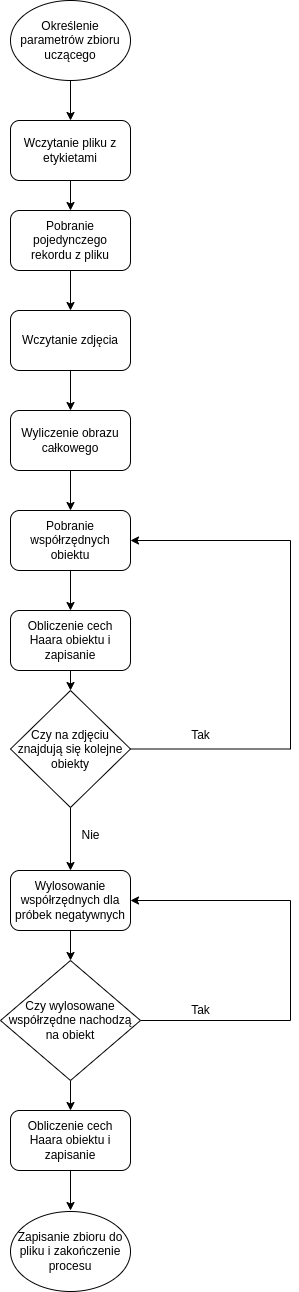
lykoszczan/licence_plate_detector keeps this draw.io diagram as src/docs/WIZUT-Dyplom-styl/Pictures/prepare_haar_dataset.png. Above is the earlier version. Source tidied: cells renumbered, new cells last; positions are measured from the earlier drawing's top-left corner, leaving out a move shared by most shapes.
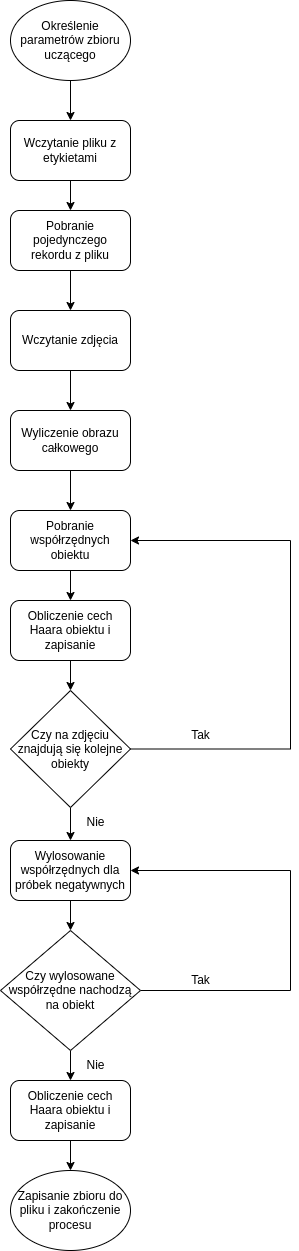
The same diagram one commit later.

Commit message:
writing thesis

The edit, as a diff of the source:
```diff
@@ -55,7 +55,7 @@
       <mxGeometry relative="1" as="geometry" />
     </mxCell>
     <mxCell id="17" value="Obliczenie cech Haara obiektu i zapisanie" style="rounded=1;whiteSpace=wrap;html=1;" parent="1" vertex="1">
-      <mxGeometry x="10" y="610" width="120" height="60" as="geometry" />
+      <mxGeometry x="10" y="600" width="120" height="60" as="geometry" />
     </mxCell>
     <mxCell id="18" value="Tak" style="text;html=1;align=center;verticalAlign=middle;strokeColor=none;fillColor=none;" parent="1" vertex="1">
       <mxGeometry x="180" y="720" width="40" height="30" as="geometry" />
@@ -64,16 +64,16 @@
       <mxGeometry relative="1" as="geometry" />
     </mxCell>
     <mxCell id="20" value="Wylosowanie współrzędnych dla próbek negatywnych" style="rounded=1;whiteSpace=wrap;html=1;" parent="1" vertex="1">
-      <mxGeometry x="10" y="870" width="120" height="60" as="geometry" />
+      <mxGeometry x="10" y="840" width="120" height="60" as="geometry" />
     </mxCell>
     <mxCell id="21" value="Nie" style="text;html=1;align=center;verticalAlign=middle;strokeColor=none;fillColor=none;" parent="1" vertex="1">
-      <mxGeometry x="70" y="820" width="40" height="30" as="geometry" />
+      <mxGeometry x="75" y="807" width="40" height="30" as="geometry" />
     </mxCell>
     <mxCell id="22" style="edgeStyle=orthogonalEdgeStyle;rounded=0;jettySize=auto;html=1;entryX=1;entryY=0.5;entryDx=0;entryDy=0;exitX=1;exitY=0.5;exitDx=0;exitDy=0;" parent="1" edge="1" source="24" target="20">
       <mxGeometry relative="1" as="geometry">
         <Array as="points">
-          <mxPoint x="290" y="1020" />
-          <mxPoint x="290" y="900" />
+          <mxPoint x="290" y="990" />
+          <mxPoint x="290" y="870" />
         </Array>
       </mxGeometry>
     </mxCell>
@@ -81,24 +81,25 @@
       <mxGeometry relative="1" as="geometry" />
     </mxCell>
     <mxCell id="24" value="Czy wylosowane współrzędne nachodzą na obiekt" style="rhombus;whiteSpace=wrap;html=1;" parent="1" vertex="1">
-      <mxGeometry y="960" width="140" height="120" as="geometry" />
+      <mxGeometry y="930" width="140" height="120" as="geometry" />
     </mxCell>
     <mxCell id="25" value="Tak" style="text;html=1;align=center;verticalAlign=middle;strokeColor=none;fillColor=none;" parent="1" vertex="1">
-      <mxGeometry x="180" y="995" width="40" height="30" as="geometry" />
+      <mxGeometry x="180" y="965" width="40" height="30" as="geometry" />
     </mxCell>
-    <mxCell id="26" style="edgeStyle=orthogonalEdgeStyle;rounded=0;jettySize=auto;html=1;exitX=0.5;exitY=1;exitDx=0;exitDy=0;" parent="1" edge="1" source="27">
-      <mxGeometry relative="1" as="geometry">
-        <mxPoint x="70" y="1210" as="targetPoint" />
-      </mxGeometry>
+    <mxCell id="26" style="edgeStyle=orthogonalEdgeStyle;rounded=0;jettySize=auto;html=1;exitX=0.5;exitY=1;exitDx=0;exitDy=0;entryX=0.5;entryY=0;entryDx=0;entryDy=0;" parent="1" edge="1" source="27" target="29">
+      <mxGeometry relative="1" as="geometry" />
     </mxCell>
     <mxCell id="27" value="Obliczenie cech Haara obiektu i zapisanie" style="rounded=1;whiteSpace=wrap;html=1;" parent="1" vertex="1">
-      <mxGeometry x="10" y="1110" width="120" height="60" as="geometry" />
+      <mxGeometry x="10" y="1080" width="120" height="60" as="geometry" />
     </mxCell>
     <mxCell id="28" value="Określenie parametrów zbioru uczącego" style="ellipse;whiteSpace=wrap;html=1;" parent="1" vertex="1">
       <mxGeometry x="10" width="120" height="80" as="geometry" />
     </mxCell>
     <mxCell id="29" value="Zapisanie zbioru do pliku i zakończenie procesu" style="ellipse;whiteSpace=wrap;html=1;" parent="1" vertex="1">
-      <mxGeometry x="10" y="1211" width="120" height="80" as="geometry" />
+      <mxGeometry x="10" y="1170" width="120" height="80" as="geometry" />
     </mxCell>
+    <mxCell id="30" value="Nie" style="text;html=1;align=center;verticalAlign=middle;strokeColor=none;fillColor=none;" parent="1" vertex="1">
+      <mxGeometry x="75" y="1050" width="40" height="30" as="geometry" />
+    </mxCell>
   </root>
 </mxGraphModel>
```
